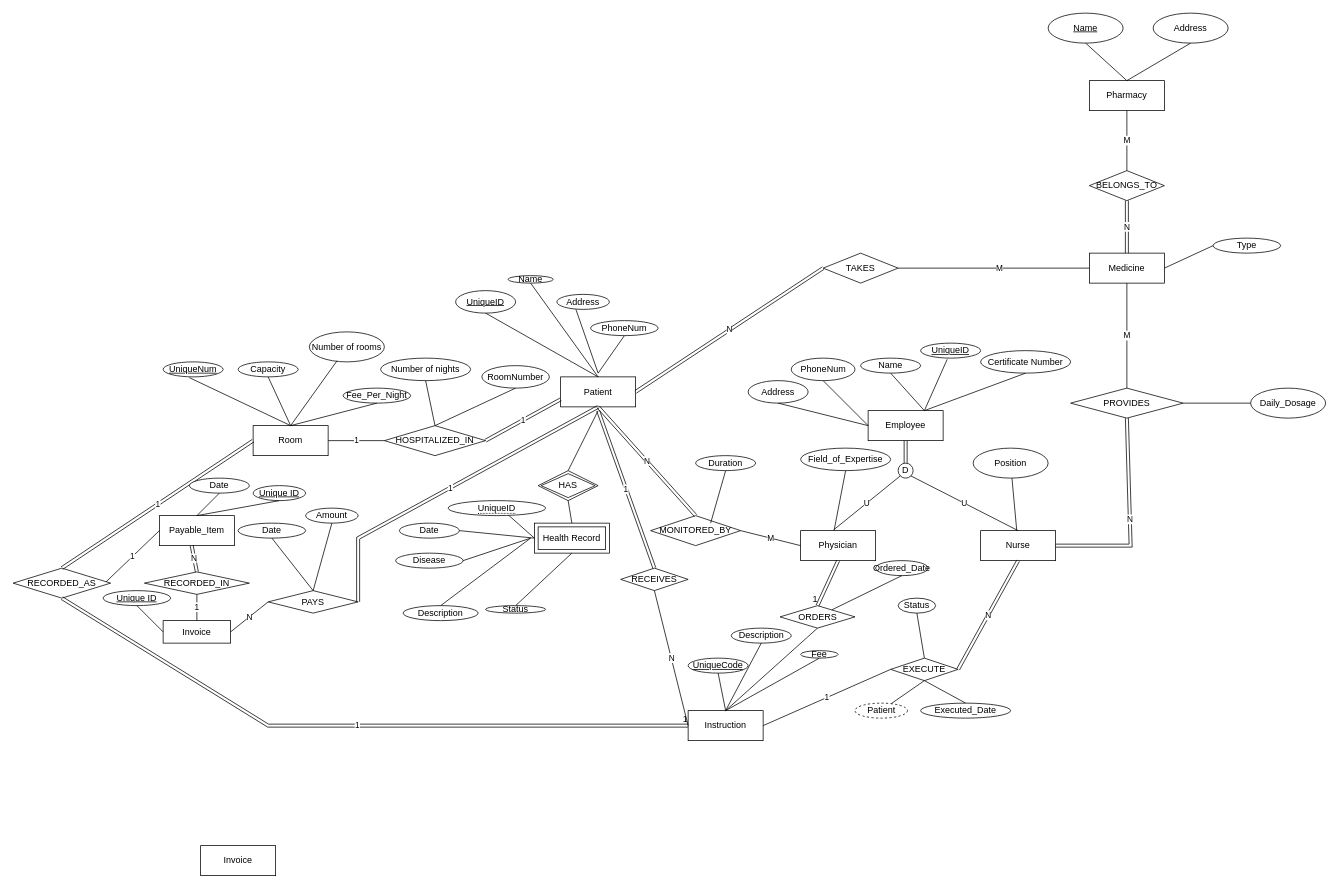
saiaungkyawmaw/ER-diagram_DatabaseClass keeps this draw.io diagram as Project Diagram.drawio. Above is the earlier version. Source tidied: cells renumbered, new cells numbered last; positions are measured from the earlier drawing's top-left corner, leaving out a move shared by most shapes. Both pictures are drawn from the tidied source at 75%, with x=0, y=0 at pixel (13, 13).
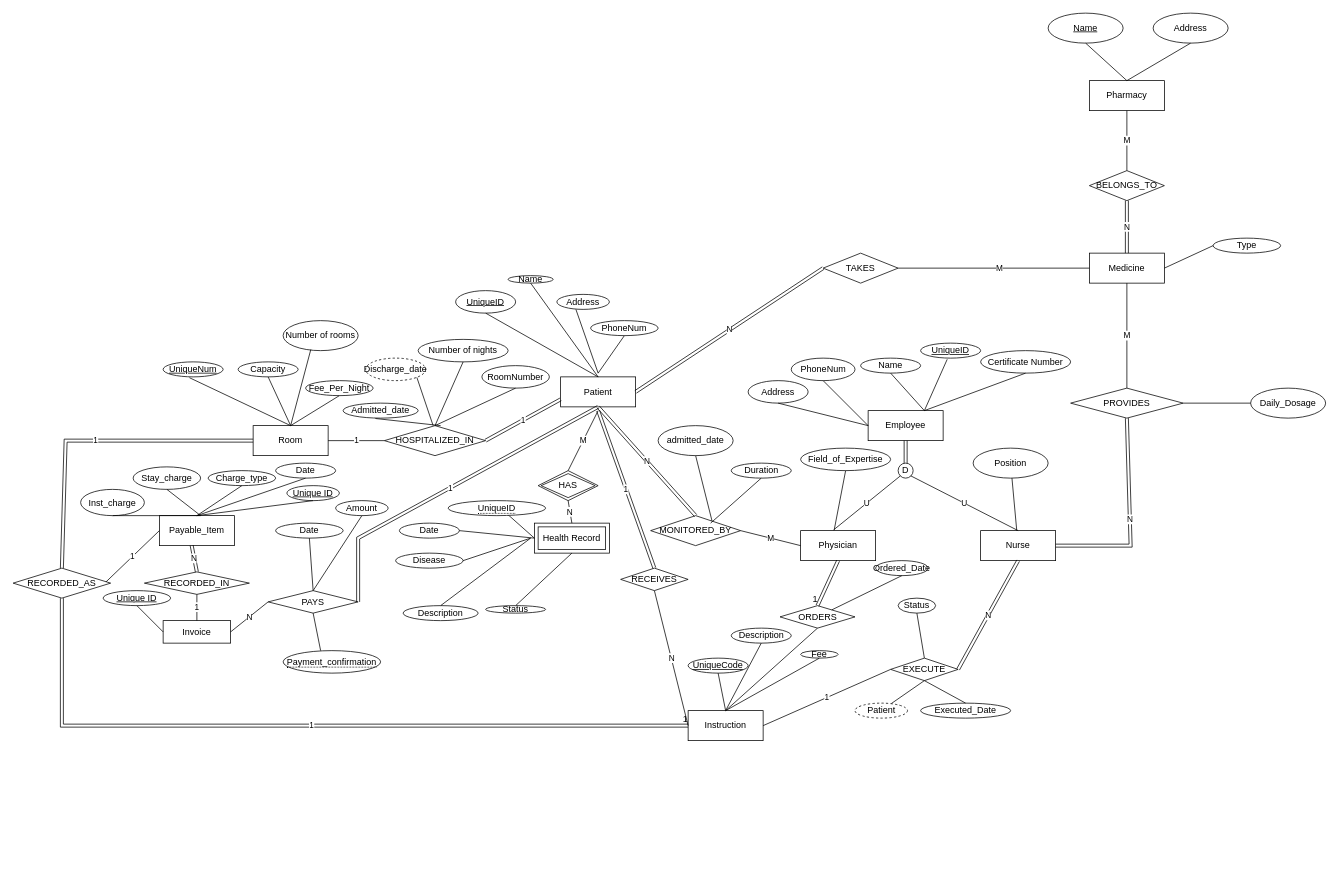
Above is the later version.

The change refers to these unchanged cells:
```xml
<mxCell id="2" value="Room" style="whiteSpace=wrap;html=1;align=center;" parent="1" vertex="1">
  <mxGeometry x="320" y="550" width="100" height="40" as="geometry" />
</mxCell>
<mxCell id="5" value="Payable_Item" style="whiteSpace=wrap;html=1;align=center;" parent="1" vertex="1">
  <mxGeometry x="195" y="670" width="100" height="40" as="geometry" />
</mxCell>
<mxCell id="9" value="HAS" style="shape=rhombus;double=1;perimeter=rhombusPerimeter;whiteSpace=wrap;html=1;align=center;" parent="1" vertex="1">
  <mxGeometry x="700" y="610" width="80" height="40" as="geometry" />
</mxCell>
<mxCell id="10" value="Health Record" style="shape=ext;margin=3;double=1;whiteSpace=wrap;html=1;align=center;" parent="1" vertex="1">
  <mxGeometry x="695" y="680" width="100" height="40" as="geometry" />
</mxCell>
<mxCell id="12" value="MONITORED_BY" style="shape=rhombus;perimeter=rhombusPerimeter;whiteSpace=wrap;html=1;align=center;" parent="1" vertex="1">
  <mxGeometry x="850" y="670" width="120" height="40" as="geometry" />
</mxCell>
<mxCell id="93" value="RECORDED_AS" style="shape=rhombus;perimeter=rhombusPerimeter;whiteSpace=wrap;html=1;align=center;" parent="1" vertex="1">
  <mxGeometry y="740" width="130" height="40" as="geometry" />
</mxCell>
<mxCell id="99" value="PAYS" style="shape=rhombus;perimeter=rhombusPerimeter;whiteSpace=wrap;html=1;align=center;" parent="1" vertex="1">
  <mxGeometry x="340" y="770" width="120" height="30" as="geometry" />
</mxCell>
```

Change to the diagram source:
```diff
@@
-    <mxCell id="22" style="endArrow=none;html=1;rounded=0;entryX=0.5;entryY=0;entryDx=0;entryDy=0;" parent="1" edge="1" target="9">
+    <mxCell id="22" value="M" style="endArrow=none;html=1;rounded=0;entryX=0.5;entryY=0;entryDx=0;entryDy=0;" parent="1" edge="1" target="9">
       <mxGeometry relative="1" as="geometry">
         <mxPoint x="780" y="530" as="sourcePoint" />
       </mxGeometry>
     </mxCell>
-    <mxCell id="23" style="endArrow=none;html=1;rounded=0;exitX=0.5;exitY=1;exitDx=0;exitDy=0;entryX=0.5;entryY=0;entryDx=0;entryDy=0;" parent="1" edge="1" source="9" target="10">
+    <mxCell id="23" value="N" style="endArrow=none;html=1;rounded=0;exitX=0.5;exitY=1;exitDx=0;exitDy=0;entryX=0.5;entryY=0;entryDx=0;entryDy=0;" parent="1" edge="1" source="9" target="10">
       <mxGeometry relative="1" as="geometry" />
     </mxCell>
@@
     <mxCell id="57" value="Fee_Per_Night" style="ellipse;whiteSpace=wrap;html=1;align=center;" parent="1" vertex="1">
-      <mxGeometry x="440" y="500" width="90" height="20" as="geometry" />
+      <mxGeometry x="390" y="490" width="90" height="20" as="geometry" />
     </mxCell>
@@
-    <mxCell id="84" value="Invoice" style="whiteSpace=wrap;html=1;align=center;" parent="1" vertex="1">
-      <mxGeometry x="250" y="1110" width="100" height="40" as="geometry" />
-    </mxCell>
@@
     <mxCell id="94" value="1" style="shape=link;html=1;rounded=0;exitX=0.5;exitY=1;exitDx=0;exitDy=0;" parent="1" edge="1" source="93">
       <mxGeometry relative="1" as="geometry">
         <mxPoint x="900" y="950" as="targetPoint" />
         <Array as="points">
-          <mxPoint x="340" y="950" />
+          <mxPoint x="65" y="950" />
         </Array>
       </mxGeometry>
     </mxCell>
@@
     <mxCell id="96" value="1" style="shape=link;html=1;rounded=0;exitX=0;exitY=0.5;exitDx=0;exitDy=0;entryX=0.5;entryY=0;entryDx=0;entryDy=0;" parent="1" edge="1" source="2" target="93">
-      <mxGeometry relative="1" as="geometry" />
+      <mxGeometry relative="1" as="geometry">
+        <Array as="points">
+          <mxPoint x="70" y="570" />
+        </Array>
+      </mxGeometry>
     </mxCell>
@@
     <mxCell id="104" value="Number of nights" style="ellipse;whiteSpace=wrap;html=1;align=center;" parent="1" vertex="1">
-      <mxGeometry x="490" y="460" width="120" height="30" as="geometry" />
+      <mxGeometry x="540" y="435" width="120" height="30" as="geometry" />
     </mxCell>
@@
     <mxCell id="106" value="Duration" style="ellipse;whiteSpace=wrap;html=1;align=center;" parent="1" vertex="1">
-      <mxGeometry x="910" y="590" width="80" height="20" as="geometry" />
+      <mxGeometry x="957.5" y="600" width="80" height="20" as="geometry" />
     </mxCell>
@@
     <mxCell id="108" value="Amount" style="ellipse;whiteSpace=wrap;html=1;align=center;" parent="1" vertex="1">
-      <mxGeometry x="390" y="660" width="70" height="20" as="geometry" />
+      <mxGeometry x="430" y="650" width="70" height="20" as="geometry" />
     </mxCell>
     <mxCell id="109" value="Date" style="ellipse;whiteSpace=wrap;html=1;align=center;" parent="1" vertex="1">
-      <mxGeometry x="300" y="680" width="90" height="20" as="geometry" />
+      <mxGeometry x="350" y="680" width="90" height="20" as="geometry" />
     </mxCell>
@@
     <mxCell id="112" value="Number of rooms" style="ellipse;whiteSpace=wrap;html=1;align=center;" parent="1" vertex="1">
-      <mxGeometry x="395" y="425" width="100" height="40" as="geometry" />
+      <mxGeometry x="360" y="410" width="100" height="40" as="geometry" />
     </mxCell>
@@
     <mxCell id="122" value="Unique ID" style="ellipse;whiteSpace=wrap;html=1;align=center;fontStyle=4;" parent="1" vertex="1">
-      <mxGeometry x="320" y="630" width="70" height="20" as="geometry" />
+      <mxGeometry x="365" y="630" width="70" height="20" as="geometry" />
     </mxCell>
@@
     <mxCell id="133" value="Date" style="ellipse;whiteSpace=wrap;html=1;align=center;" parent="1" vertex="1">
-      <mxGeometry x="235" y="620" width="80" height="20" as="geometry" />
+      <mxGeometry x="350" y="600" width="80" height="20" as="geometry" />
     </mxCell>
@@
+    <mxCell id="135" value="Admitted_date" style="ellipse;whiteSpace=wrap;html=1;align=center;" parent="1" vertex="1">
+      <mxGeometry x="440" y="520" width="100" height="20" as="geometry" />
+    </mxCell>
+    <mxCell id="136" style="endArrow=none;html=1;rounded=0;exitX=0.43;exitY=1.025;exitDx=0;exitDy=0;exitPerimeter=0;" parent="1" edge="1" source="135">
+      <mxGeometry relative="1" as="geometry">
+        <mxPoint x="570" y="550" as="targetPoint" />
+      </mxGeometry>
+    </mxCell>
+    <mxCell id="137" value="admitted_date" style="ellipse;whiteSpace=wrap;html=1;align=center;" parent="1" vertex="1">
+      <mxGeometry x="860" y="550" width="100" height="40" as="geometry" />
+    </mxCell>
+    <mxCell id="138" style="endArrow=none;html=1;rounded=0;exitX=0.5;exitY=1;exitDx=0;exitDy=0;entryX=0.683;entryY=0.188;entryDx=0;entryDy=0;entryPerimeter=0;" parent="1" edge="1" source="137" target="12">
+      <mxGeometry relative="1" as="geometry" />
+    </mxCell>
+    <mxCell id="139" style="endArrow=none;html=1;rounded=0;exitX=0.5;exitY=1;exitDx=0;exitDy=0;entryX=0.5;entryY=0;entryDx=0;entryDy=0;" parent="1" edge="1" source="99">
+      <mxGeometry relative="1" as="geometry">
+        <mxPoint x="410" y="850" as="targetPoint" />
+      </mxGeometry>
+    </mxCell>
+    <mxCell id="140" value="&lt;span style=&quot;border-bottom: 1px dotted&quot;&gt;Payment_confirmation&lt;/span&gt;" style="ellipse;whiteSpace=wrap;html=1;align=center;" parent="1" vertex="1">
+      <mxGeometry x="360" y="850" width="130" height="30" as="geometry" />
+    </mxCell>
+    <mxCell id="141" value="Charge_type" style="ellipse;whiteSpace=wrap;html=1;align=center;" parent="1" vertex="1">
+      <mxGeometry x="260" y="610" width="90" height="20" as="geometry" />
+    </mxCell>
+    <mxCell id="142" style="endArrow=none;html=1;rounded=0;exitX=0.5;exitY=1;exitDx=0;exitDy=0;entryX=0.5;entryY=0;entryDx=0;entryDy=0;" parent="1" edge="1" source="141" target="5">
+      <mxGeometry relative="1" as="geometry" />
+    </mxCell>
+    <mxCell id="143" value="Stay_charge" style="ellipse;whiteSpace=wrap;html=1;align=center;" parent="1" vertex="1">
+      <mxGeometry x="160" y="605" width="90" height="30" as="geometry" />
+    </mxCell>
+    <mxCell id="144" value="Inst_charge" style="ellipse;whiteSpace=wrap;html=1;align=center;" parent="1" vertex="1">
+      <mxGeometry x="90" y="635" width="85" height="35" as="geometry" />
+    </mxCell>
+    <mxCell id="145" style="endArrow=none;html=1;rounded=0;exitX=0.5;exitY=1;exitDx=0;exitDy=0;" parent="1" edge="1" source="144">
+      <mxGeometry relative="1" as="geometry">
+        <mxPoint x="250" y="670" as="targetPoint" />
+      </mxGeometry>
+    </mxCell>
+    <mxCell id="146" style="endArrow=none;html=1;rounded=0;exitX=0.5;exitY=1;exitDx=0;exitDy=0;" parent="1" edge="1" source="143">
+      <mxGeometry relative="1" as="geometry">
+        <mxPoint x="250" y="670" as="targetPoint" />
+      </mxGeometry>
+    </mxCell>
+    <mxCell id="147" value="Discharge_date" style="ellipse;whiteSpace=wrap;html=1;align=center;dashed=1;" parent="1" vertex="1">
+      <mxGeometry x="470" y="460" width="80" height="30" as="geometry" />
+    </mxCell>
+    <mxCell id="148" style="endArrow=none;html=1;rounded=0;exitX=1;exitY=1;exitDx=0;exitDy=0;" parent="1" edge="1" source="147">
+      <mxGeometry relative="1" as="geometry">
+        <mxPoint x="560" y="550" as="targetPoint" />
+      </mxGeometry>
+    </mxCell>
```
